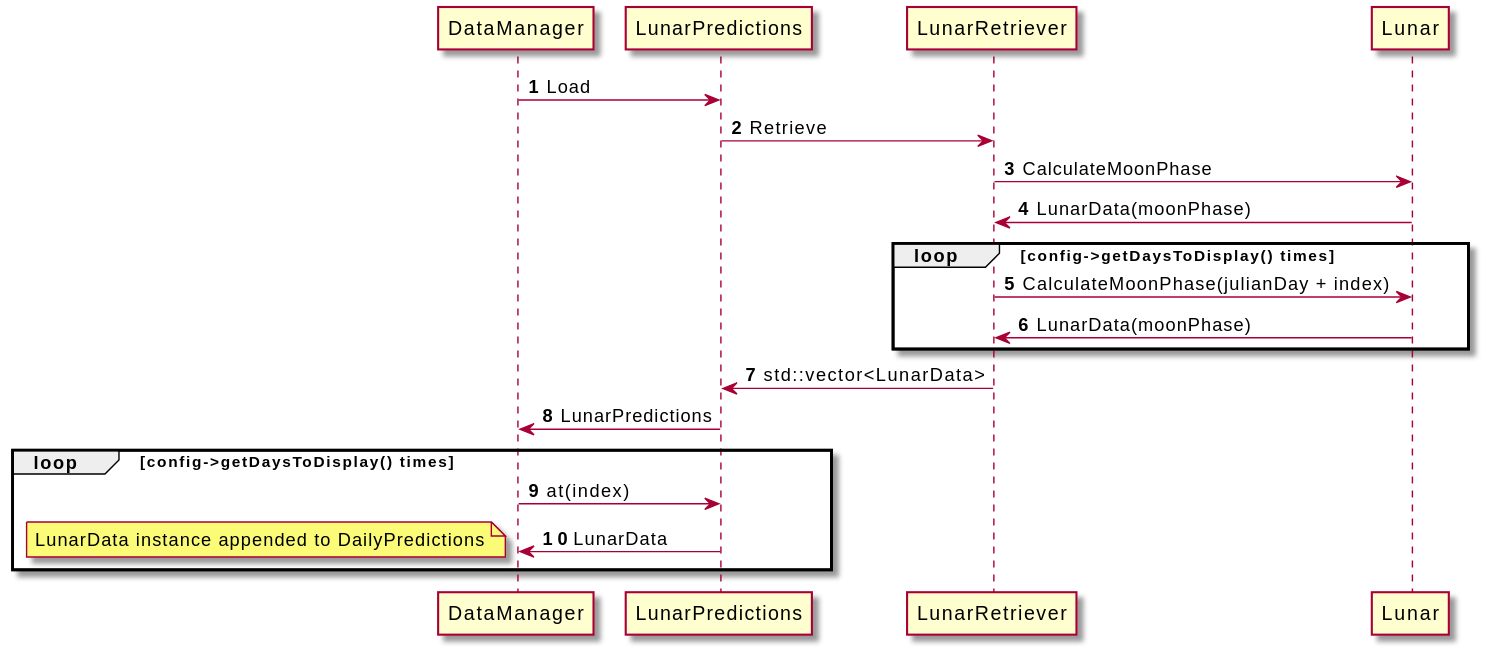
The PlantUML diagram docs/LunarDataETL.svg in ciroque/tidal, before a commit.
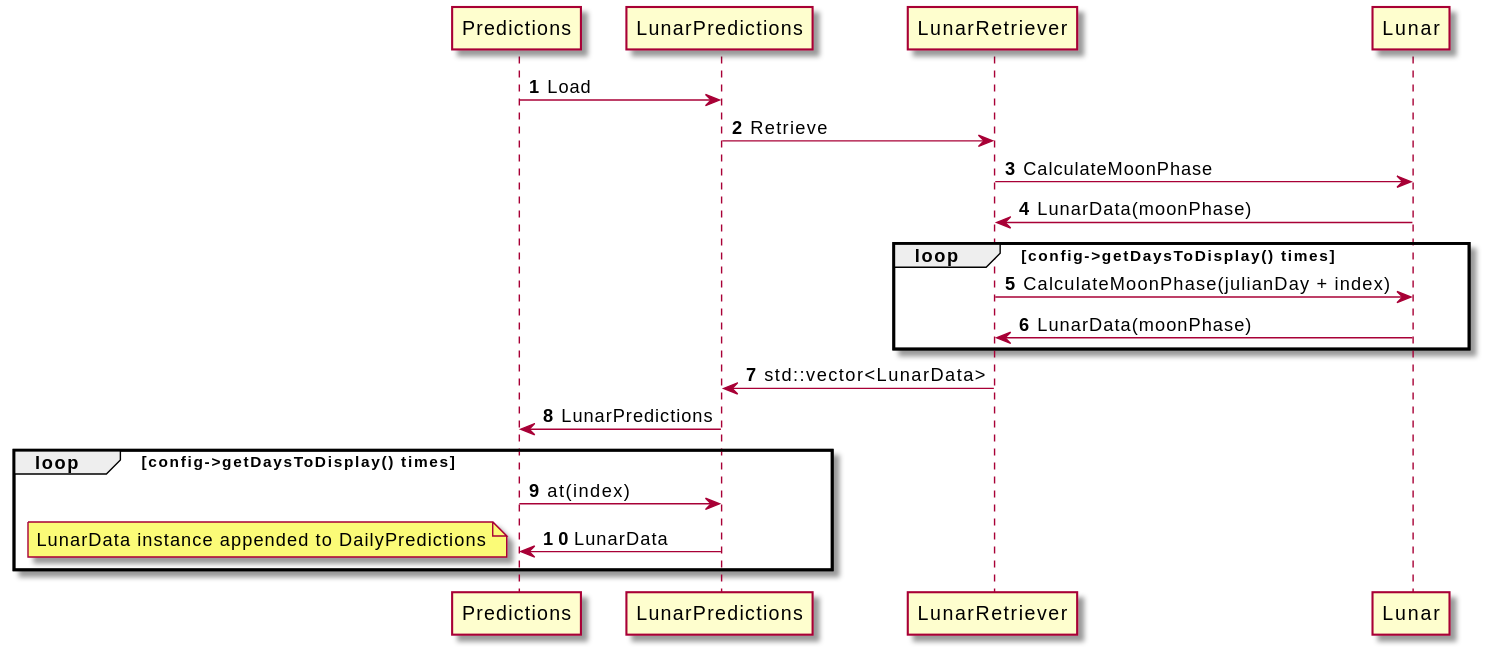
Later version of the same file.

The edit, as a diff of the source:
```diff
@@ -2,7 +2,7 @@
 
 autonumber
 
-DataManager -> LunarPredictions : Load
+Predictions -> LunarPredictions : Load
 
 LunarPredictions -> LunarRetriever : Retrieve
 LunarRetriever -> Lunar : CalculateMoonPhase
@@ -13,11 +13,11 @@
 end
 LunarPredictions <- LunarRetriever : std::vector<LunarData>
 
-DataManager <- LunarPredictions : LunarPredictions
+Predictions <- LunarPredictions : LunarPredictions
 
 loop config->getDaysToDisplay() times
-    DataManager -> LunarPredictions : at(index)
-    DataManager <- LunarPredictions : LunarData
+    Predictions -> LunarPredictions : at(index)
+    Predictions <- LunarPredictions : LunarData
     note left : LunarData instance appended to DailyPredictions
 end
 
```
